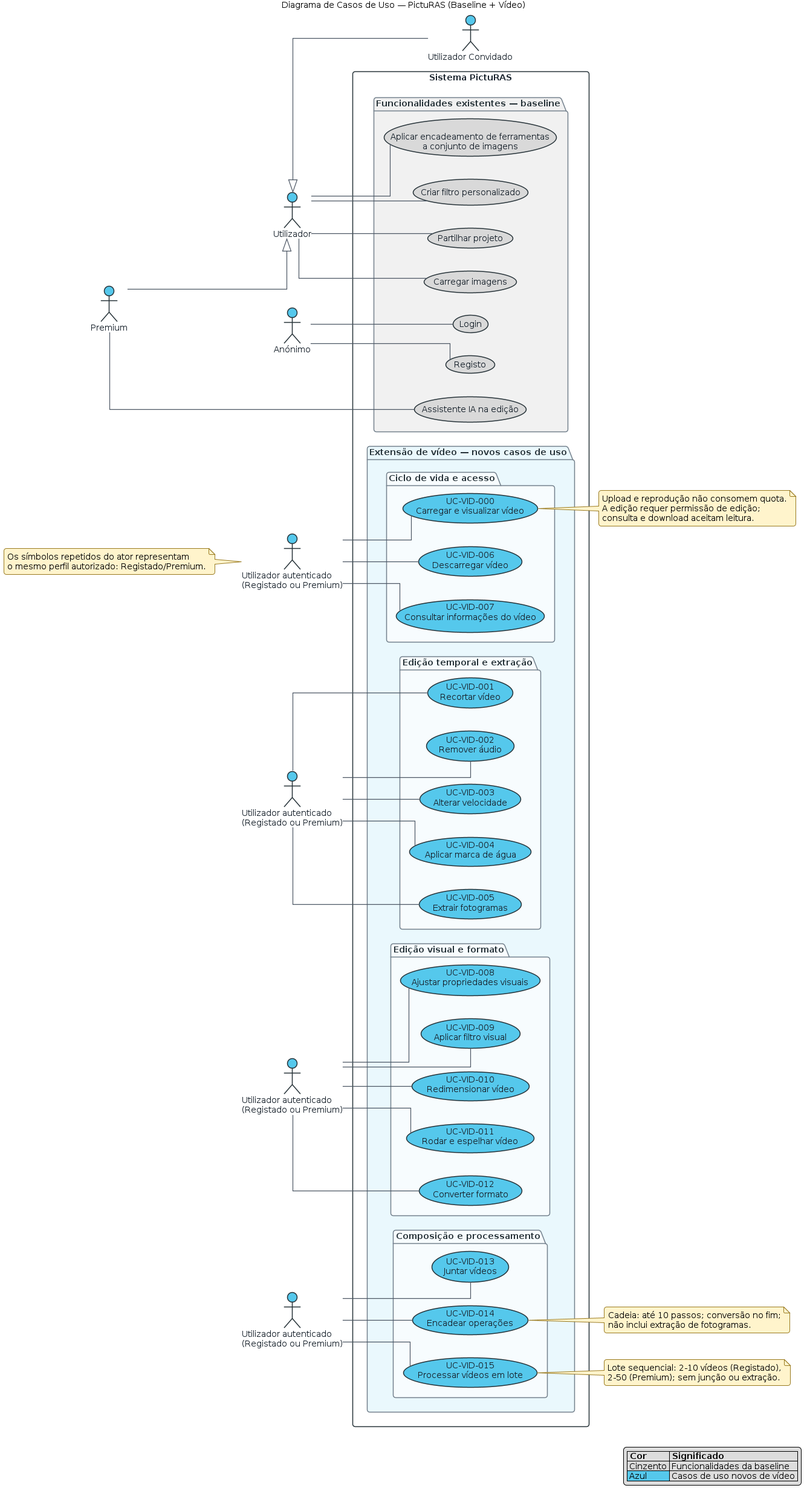
The PlantUML diagram docs/diagrams/diagrama_casos_uso.png in luis444coelho/picturas-27-extension, before a commit. Its source is kept beside it as docs/diagrams/diagrama_casos_uso.puml.
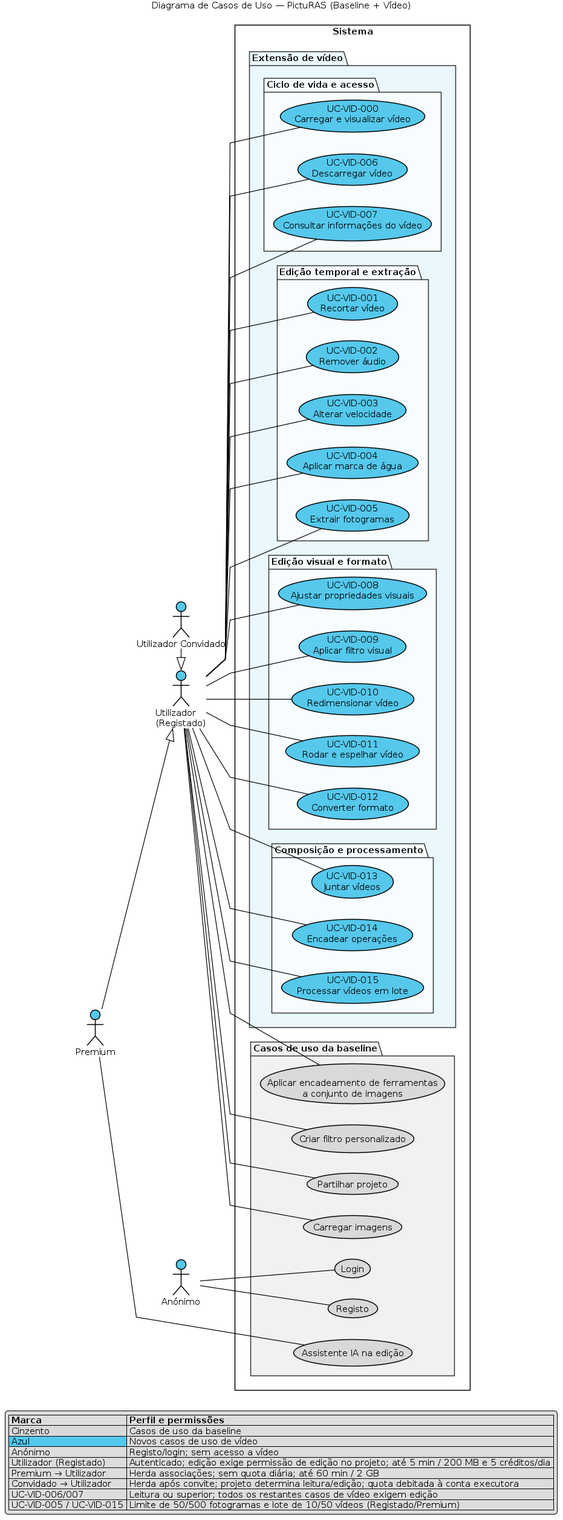
After the change.

Diff of the diagram source:
```diff
@@ -3,44 +3,38 @@
 left to right direction
 skinparam monochrome false
 skinparam shadowing false
-skinparam linetype ortho
+skinparam linetype polyline
 skinparam packageStyle rectangle
-skinparam roundcorner 8
+skinparam roundcorner 0
 skinparam defaultFontName Arial
-skinparam defaultFontSize 14
+skinparam defaultFontSize 15
 skinparam actorStyle stickman
-skinparam ArrowColor #4B5563
+skinparam ArrowColor black
 skinparam ArrowThickness 1.2
-skinparam usecaseBorderColor #263238
-skinparam usecaseFontColor #17212B
+skinparam usecaseBorderColor black
+skinparam usecaseFontColor black
 skinparam actorBackgroundColor #55C8EC
-skinparam actorBorderColor #263238
-skinparam actorFontColor #17212B
-skinparam packageBorderColor #73808C
-skinparam packageFontColor #263238
-skinparam rectangleBorderColor #263238
-skinparam rectangleFontColor #17212B
-skinparam noteBackgroundColor #FFF4CC
-skinparam noteBorderColor #9A7B20
-skinparam nodesep 38
-skinparam ranksep 45
+skinparam actorBorderColor black
+skinparam actorFontColor black
+skinparam packageBorderColor #333333
+skinparam packageFontColor black
+skinparam rectangleBorderColor black
+skinparam rectangleFontColor black
+skinparam nodesep 35
+skinparam ranksep 35
 
 title Diagrama de Casos de Uso — PictuRAS (Baseline + Vídeo)
 
 actor "Anónimo" as Anonimo
-actor "Utilizador" as Utilizador
 actor "Utilizador Convidado" as Convidado
+actor "Utilizador\n(Registado)" as Utilizador
 actor "Premium" as Premium
-actor "Utilizador autenticado\n(Registado ou Premium)" as AtorCiclo
-actor "Utilizador autenticado\n(Registado ou Premium)" as AtorEdicaoTemporal
-actor "Utilizador autenticado\n(Registado ou Premium)" as AtorEdicaoVisual
-actor "Utilizador autenticado\n(Registado ou Premium)" as AtorComposicao
 
-Convidado -up-|> Utilizador
+Convidado -right-|> Utilizador
 Premium -down-|> Utilizador
 
-rectangle "Sistema PictuRAS" {
-  package "Funcionalidades existentes — baseline" as Baseline #F1F1F1 {
+rectangle "Sistema" {
+  package "Casos de uso da baseline" as Baseline #F1F1F1 {
     usecase "Registo" as UC_Registo #D9D9D9
     usecase "Login" as UC_Login #D9D9D9
     usecase "Carregar imagens" as UC_CarregarImagens #D9D9D9
@@ -50,14 +44,14 @@
     usecase "Assistente IA na edição" as UC_AssistenteIA #D9D9D9
   }
 
-  package "Extensão de vídeo — novos casos de uso" as Video #EAF8FD {
+  package "Extensão de vídeo" as Video #EAF8FD {
     package "Ciclo de vida e acesso" as Ciclo #F7FCFE {
       usecase "UC-VID-000\nCarregar e visualizar vídeo" as UC_VID_000 #55C8EC
       usecase "UC-VID-006\nDescarregar vídeo" as UC_VID_006 #55C8EC
       usecase "UC-VID-007\nConsultar informações do vídeo" as UC_VID_007 #55C8EC
     }
 
-    package "Edição temporal e extração" as EdicaoTemporal #F7FCFE {
+    package "Edição temporal e extração" as Temporal #F7FCFE {
       usecase "UC-VID-001\nRecortar vídeo" as UC_VID_001 #55C8EC
       usecase "UC-VID-002\nRemover áudio" as UC_VID_002 #55C8EC
       usecase "UC-VID-003\nAlterar velocidade" as UC_VID_003 #55C8EC
@@ -65,7 +59,7 @@
       usecase "UC-VID-005\nExtrair fotogramas" as UC_VID_005 #55C8EC
     }
 
-    package "Edição visual e formato" as EdicaoVisual #F7FCFE {
+    package "Edição visual e formato" as Visual #F7FCFE {
       usecase "UC-VID-008\nAjustar propriedades visuais" as UC_VID_008 #55C8EC
       usecase "UC-VID-009\nAplicar filtro visual" as UC_VID_009 #55C8EC
       usecase "UC-VID-010\nRedimensionar vídeo" as UC_VID_010 #55C8EC
@@ -83,54 +77,40 @@
 
 Anonimo -- UC_Registo
 Anonimo -- UC_Login
+
 Utilizador -- UC_CarregarImagens
 Utilizador -- UC_EncadeamentoImagens
 Utilizador -- UC_FiltroPersonalizado
 Utilizador -- UC_Partilhar
 Premium -- UC_AssistenteIA
 
-AtorCiclo -- UC_VID_000
-AtorCiclo -- UC_VID_006
-AtorCiclo -- UC_VID_007
-AtorEdicaoTemporal -- UC_VID_001
-AtorEdicaoTemporal -- UC_VID_002
-AtorEdicaoTemporal -- UC_VID_003
-AtorEdicaoTemporal -- UC_VID_004
-AtorEdicaoTemporal -- UC_VID_005
-AtorEdicaoVisual -- UC_VID_008
-AtorEdicaoVisual -- UC_VID_009
-AtorEdicaoVisual -- UC_VID_010
-AtorEdicaoVisual -- UC_VID_011
-AtorEdicaoVisual -- UC_VID_012
-AtorComposicao -- UC_VID_013
-AtorComposicao -- UC_VID_014
-AtorComposicao -- UC_VID_015
+Utilizador -- UC_VID_000
+Utilizador -- UC_VID_001
+Utilizador -- UC_VID_002
+Utilizador -- UC_VID_003
+Utilizador -- UC_VID_004
+Utilizador -- UC_VID_005
+Utilizador -- UC_VID_006
+Utilizador -- UC_VID_007
+Utilizador -- UC_VID_008
+Utilizador -- UC_VID_009
+Utilizador -- UC_VID_010
+Utilizador -- UC_VID_011
+Utilizador -- UC_VID_012
+Utilizador -- UC_VID_013
+Utilizador -- UC_VID_014
+Utilizador -- UC_VID_015
 
-note right of UC_VID_000
-  Upload e reprodução não consomem quota.
-  A edição requer permissão de edição;
-  consulta e download aceitam leitura.
-end note
-
-note left of AtorCiclo
-  Os símbolos repetidos do ator representam
-  o mesmo perfil autorizado: Registado/Premium.
-end note
-
-note right of UC_VID_014
-  Cadeia: até 10 passos; conversão no fim;
-  não inclui extração de fotogramas.
-end note
-
-note right of UC_VID_015
-  Lote sequencial: 2–10 vídeos (Registado),
-  2–50 (Premium); sem junção ou extração.
-end note
-
-legend right
-  |= Cor |= Significado |
-  |<#D9D9D9> Cinzento | Funcionalidades da baseline |
-  |<#55C8EC> Azul | Casos de uso novos de vídeo |
+legend bottom
+  |= Marca |= Perfil e permissões |
+  |<#D9D9D9> Cinzento | Casos de uso da baseline |
+  |<#55C8EC> Azul | Novos casos de uso de vídeo |
+  | Anónimo | Registo/login; sem acesso a vídeo |
+  | Utilizador (Registado) | Autenticado; edição exige permissão de edição no projeto; até 5 min / 200 MB e 5 créditos/dia |
+  | Premium → Utilizador | Herda associações; sem quota diária; até 60 min / 2 GB |
+  | Convidado → Utilizador | Herda após convite; projeto determina leitura/edição; quota debitada à conta executora |
+  | UC-VID-006/007 | Leitura ou superior; todos os restantes casos de vídeo exigem edição |
+  | UC-VID-005 / UC-VID-015 | Limite de 50/500 fotogramas e lote de 10/50 vídeos (Registado/Premium) |
 endlegend
 
 @enduml
```
